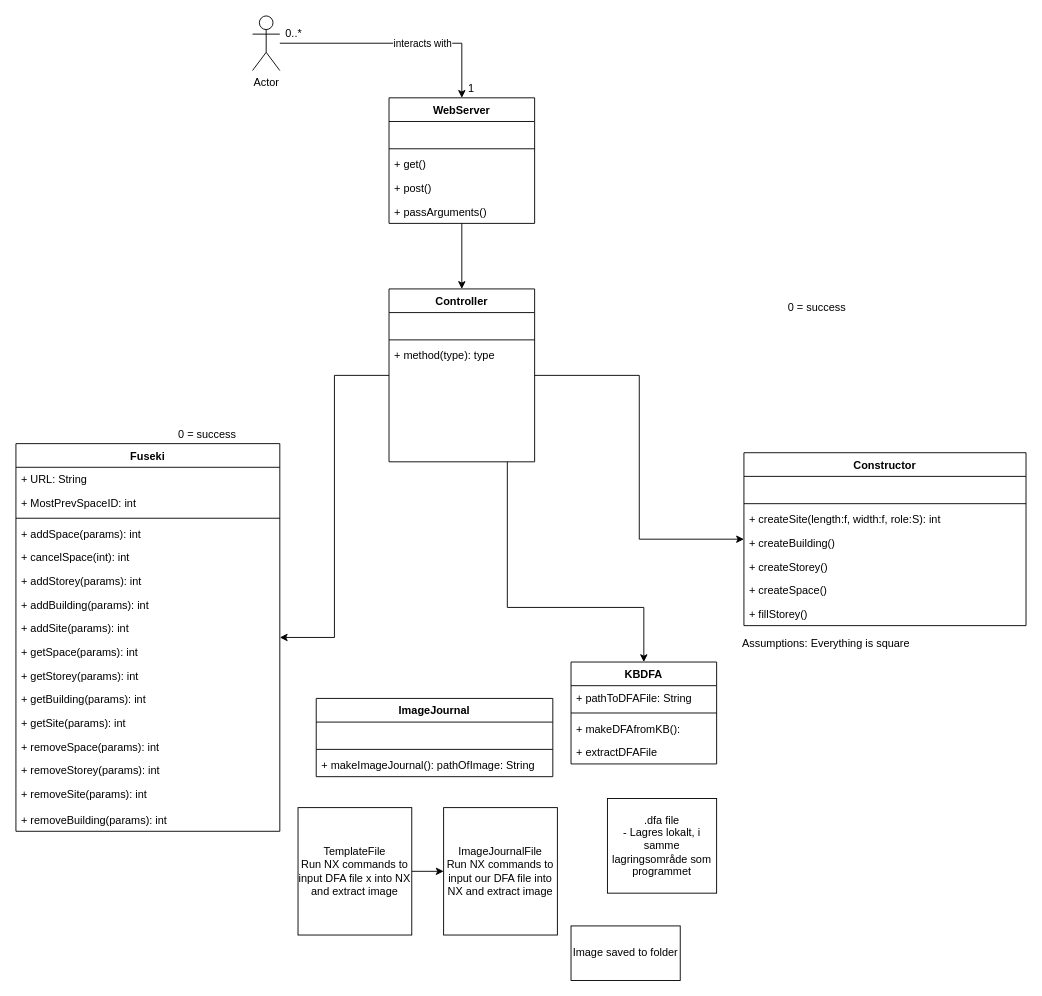
Before: page "Design Class Diagram" (7 of 8) of Diagrams/Diagrams.drawio in Hallvaeb/automation-p2-construction-knowledge-base, a draw.io diagram. Source tidied: cells renumbered, new cells numbered last; positions are measured from the earlier drawing's top-left corner, leaving out a move shared by most shapes. Both pictures are drawn from the tidied source at 91%, with x=0, y=0 at pixel (15, 15).
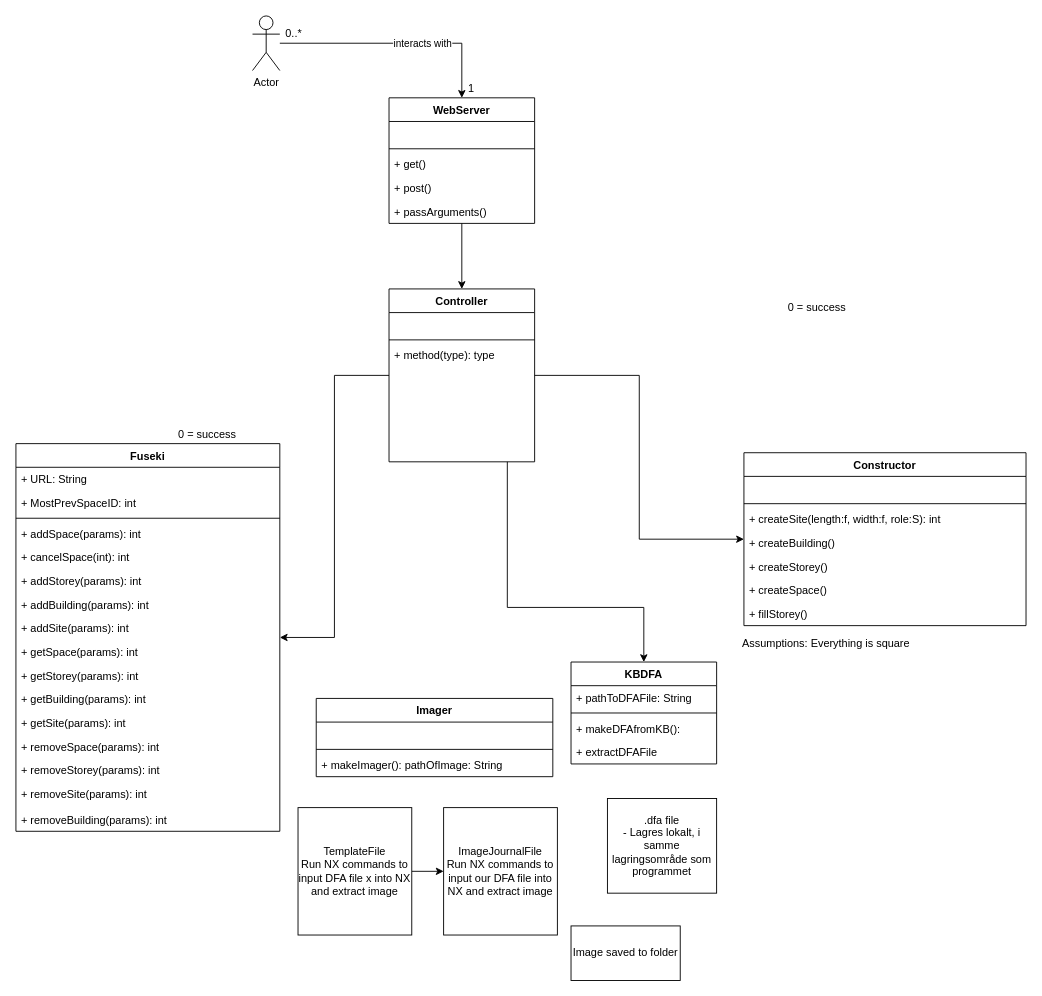
Above is the later version.

The edit, as a diff of the source:
```diff
@@
-    <mxCell id="50" value="ImageJournal" style="swimlane;fontStyle=1;align=center;verticalAlign=top;horizontal=1;startSize=26;strokeColor=default;fillColor=default;" parent="1" vertex="1">
+    <mxCell id="50" value="Imager" style="swimlane;fontStyle=1;align=center;verticalAlign=top;horizontal=1;startSize=26;strokeColor=default;fillColor=default;" parent="1" vertex="1">
       <mxGeometry x="330" y="750" width="260" height="86" as="geometry" />
     </mxCell>
@@
-    <mxCell id="53" value="+ makeImageJournal(): pathOfImage: String" style="text;strokeColor=none;fillColor=none;align=left;verticalAlign=top;spacingLeft=4;spacingRight=4;overflow=hidden;" parent="50" vertex="1">
+    <mxCell id="53" value="+ makeImager(): pathOfImage: String" style="text;strokeColor=none;fillColor=none;align=left;verticalAlign=top;spacingLeft=4;spacingRight=4;overflow=hidden;" parent="50" vertex="1">
       <mxGeometry y="60" width="260" height="26" as="geometry" />
     </mxCell>
```
